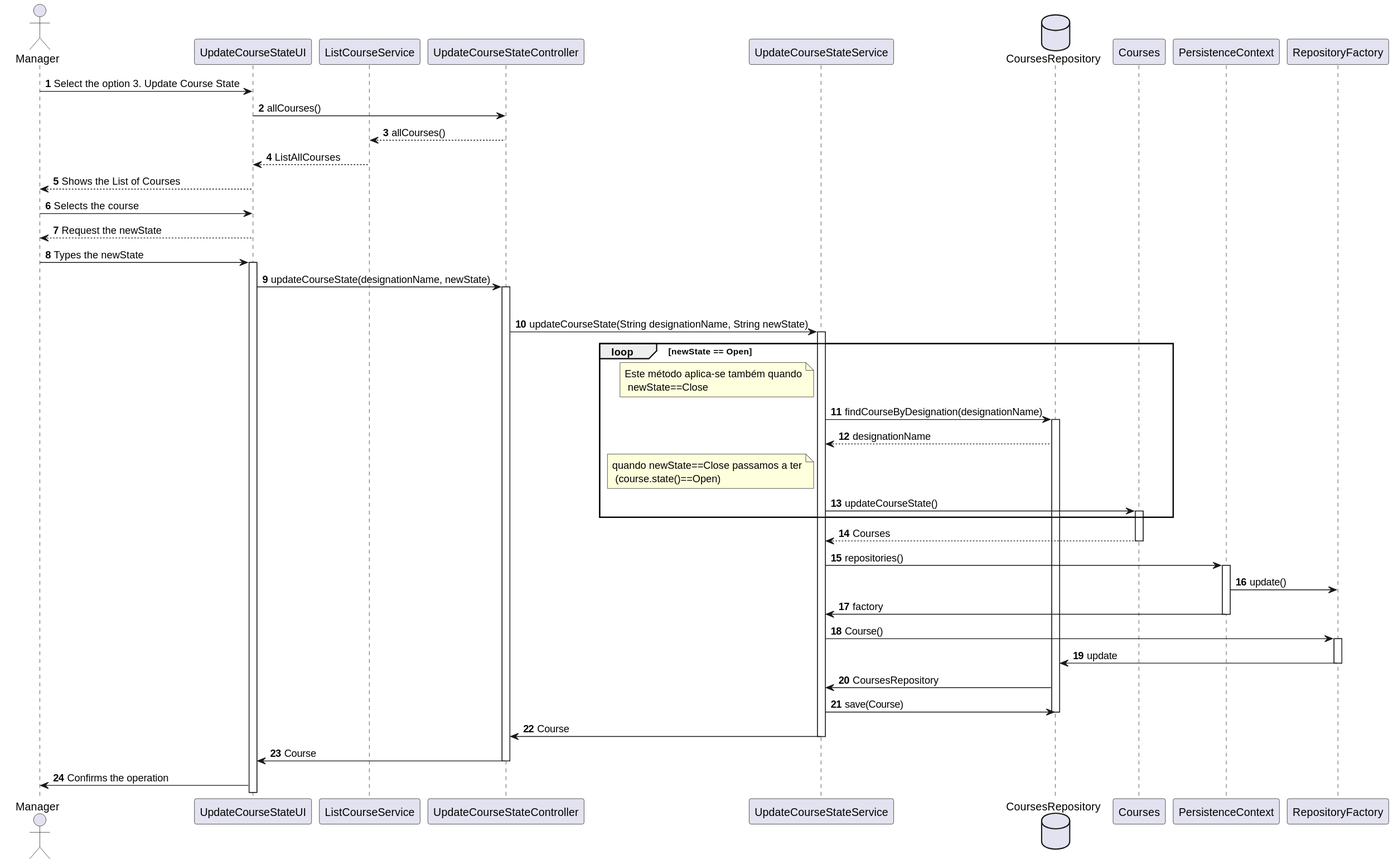
The PlantUML diagram docs/SPRINT B/US1004 - Open and Close Courses/Sequence_Diagram.svg in mascenso/isep-sem4-lapr4, before a commit.
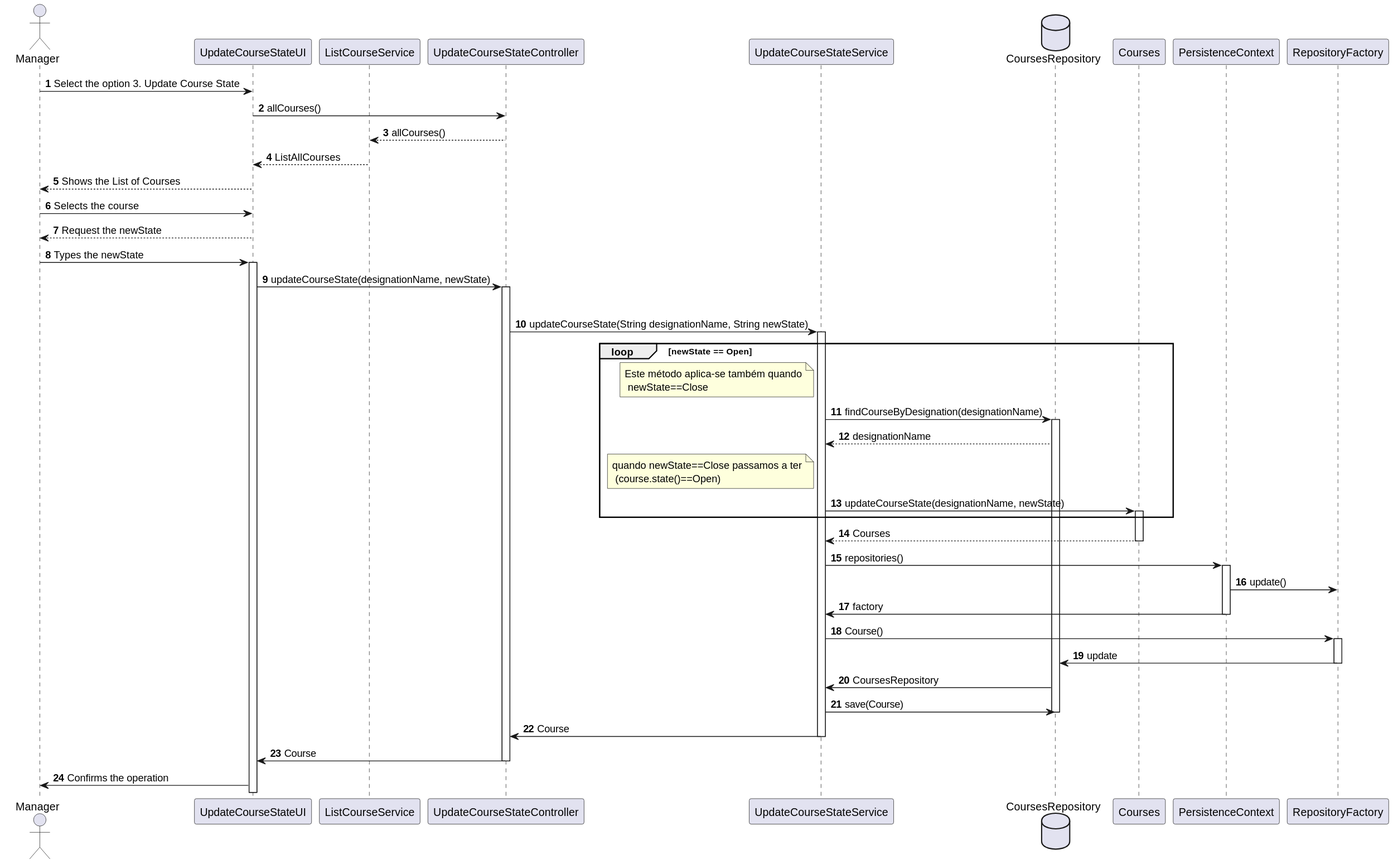
The same diagram one commit later.

Commit message:
[Sprint B][US1007] - push to dev

Change to the diagram source:
```diff
@@ -31,7 +31,7 @@
 activate CoursesRepository
 CoursesRepository --> UpdateCourseStateService: designationName
  note left of UpdateCourseStateService: quando newState==Close passamos a ter\n (course.state()==Open)
-UpdateCourseStateService -> Courses: updateCourseState()
+UpdateCourseStateService -> Courses: updateCourseState(designationName, newState)
 activate Courses
 end loop
 
```
